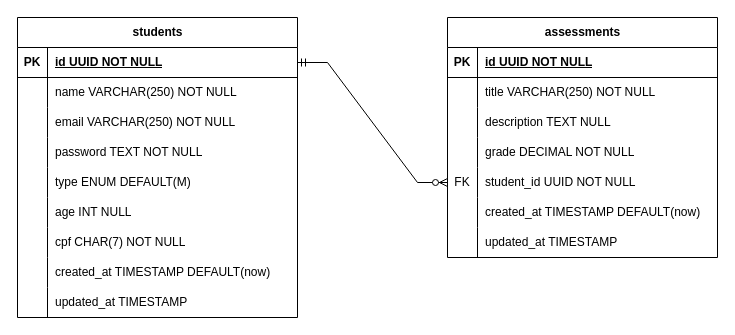
Earlier version of the draw.io diagram BLOCO-INTERMEDIARIO/BANCO-DADOS-II/academy-api/docs/academy.drawio (anderwll/STARTER-19ED). Source tidied: cells renumbered, new cells numbered last; positions are measured from the earlier drawing's top-left corner, leaving out a move shared by most shapes. Both pictures are drawn from the tidied source at 100%, with x=0, y=0 at pixel (17, 17).
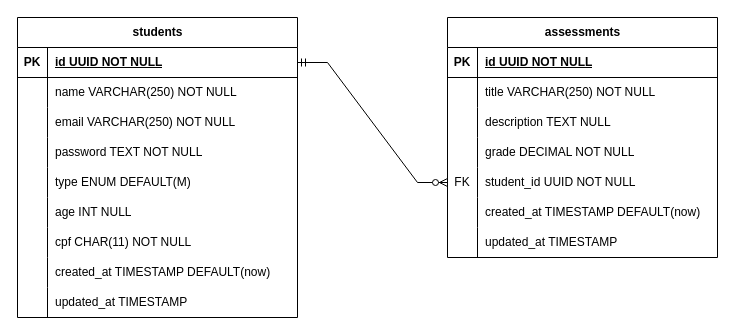
The same page after the edit.

The change refers to these unchanged cells:
```xml
<mxCell id="21" style="shape=tableRow;horizontal=0;startSize=0;swimlaneHead=0;swimlaneBody=0;fillColor=none;top=0;left=0;right=0;bottom=0;" parent="2" vertex="1">
  <mxGeometry y="210" width="280" height="30" as="geometry" />
</mxCell>
```

The edit, as a diff of the source:
```diff
@@
-    <mxCell id="23" value="cpf CHAR(7) NOT NULL" style="shape=partialRectangle;fillColor=none;top=0;left=0;bottom=0;right=0;align=left;spacingLeft=6;overflow=hidden;whiteSpace=wrap;html=1;" parent="21" vertex="1">
+    <mxCell id="23" value="cpf CHAR(11) NOT NULL" style="shape=partialRectangle;fillColor=none;top=0;left=0;bottom=0;right=0;align=left;spacingLeft=6;overflow=hidden;whiteSpace=wrap;html=1;" parent="21" vertex="1">
       <mxGeometry x="30" width="250" height="30" as="geometry" />
     </mxCell>
```
